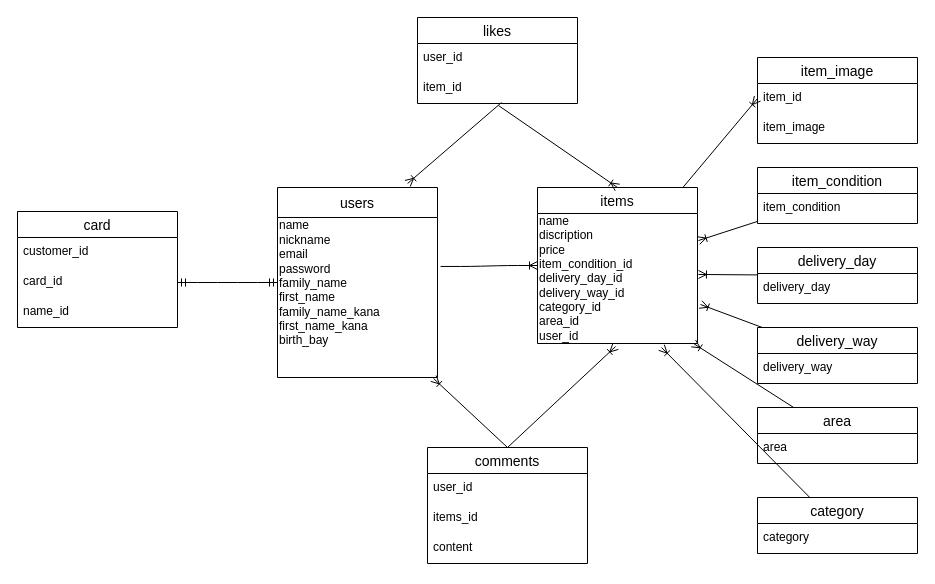
Earlier version of the draw.io diagram page "ページ1" (1 of 2) of ER.dio (ababab0020/furima-38506). Source tidied: cells renumbered, new cells numbered last; positions are measured from the earlier drawing's top-left corner, leaving out a move shared by most shapes. Both pictures are drawn from the tidied source at 100%, with x=0, y=0 at pixel (17, 17).
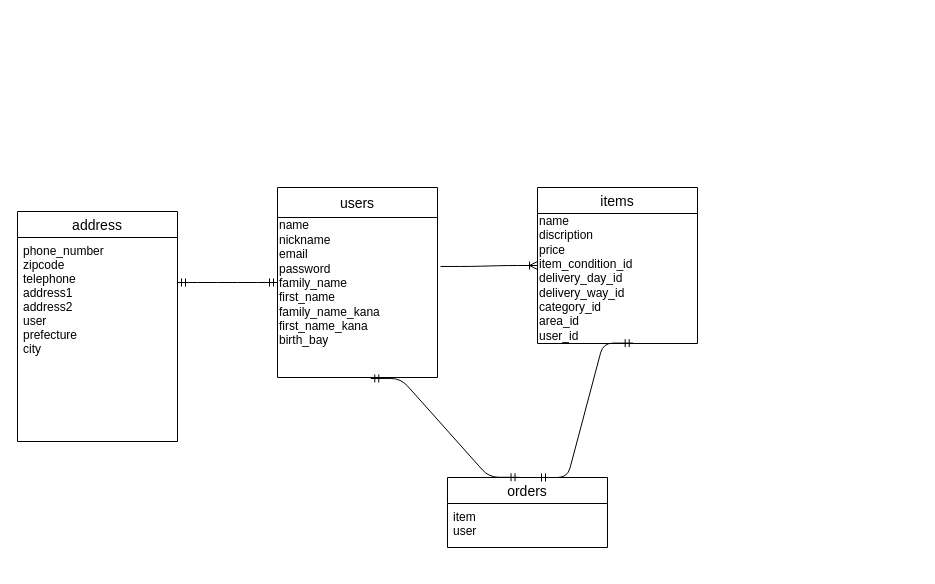
After the change.

Commit message (it also covers changes not shown here):
データベース設計その２

The change refers to these unchanged cells:
```xml
<mxCell id="7" value="users" style="swimlane;fontStyle=0;horizontal=1;startSize=30;align=center;fontSize=14;" parent="1" vertex="1">
  <mxGeometry x="260" y="170" width="160" height="190" as="geometry" />
</mxCell>
<mxCell id="8" value="&lt;div&gt;&lt;span&gt;name&lt;/span&gt;&lt;/div&gt;&lt;div&gt;&lt;span&gt;nickname&lt;/span&gt;&lt;/div&gt;&lt;div&gt;&lt;span&gt;email&lt;/span&gt;&lt;/div&gt;&lt;div&gt;&lt;span&gt;password&lt;/span&gt;&lt;/div&gt;&lt;div&gt;&lt;span&gt;family_name&lt;/span&gt;&lt;/div&gt;&lt;div&gt;&lt;span&gt;first_name&lt;/span&gt;&lt;/div&gt;&lt;div&gt;&lt;span&gt;family_name_kana&lt;/span&gt;&lt;/div&gt;&lt;div&gt;&lt;span&gt;first_name_kana&lt;/span&gt;&lt;/div&gt;&lt;div&gt;birth_bay&lt;/div&gt;&lt;div&gt;&lt;span&gt;&lt;br&gt;&lt;/span&gt;&lt;/div&gt;&lt;div&gt;&lt;br&gt;&lt;/div&gt;" style="text;html=1;align=left;verticalAlign=middle;points=[];strokeColor=none;fillColor=none;" parent="7" vertex="1">
  <mxGeometry y="30" width="160" height="160" as="geometry" />
</mxCell>
<mxCell id="11" value="items" style="swimlane;fontStyle=0;horizontal=1;startSize=26;align=center;fontSize=14;fillColor=default;" parent="1" vertex="1">
  <mxGeometry x="520" y="170" width="160" height="156" as="geometry" />
</mxCell>
<mxCell id="12" value="&lt;div&gt;&lt;span&gt;name&lt;/span&gt;&lt;/div&gt;&lt;div&gt;&lt;span&gt;discription&lt;/span&gt;&lt;/div&gt;&lt;div&gt;&lt;span&gt;price&lt;/span&gt;&lt;/div&gt;&lt;div&gt;&lt;span&gt;item_condition_id&lt;/span&gt;&lt;/div&gt;&lt;div&gt;&lt;span&gt;delivery_day_id&lt;/span&gt;&lt;/div&gt;&lt;div&gt;&lt;span&gt;delivery_way_id&lt;/span&gt;&lt;/div&gt;&lt;div&gt;&lt;span&gt;category_id&lt;/span&gt;&lt;/div&gt;&lt;div&gt;&lt;span&gt;area_id&lt;/span&gt;&lt;/div&gt;&lt;div&gt;&lt;span&gt;user_id&lt;/span&gt;&lt;/div&gt;" style="text;html=1;align=left;verticalAlign=middle;points=[];strokeColor=none;fillColor=none;" parent="11" vertex="1">
  <mxGeometry y="26" width="160" height="130" as="geometry" />
</mxCell>
```

Diff of the diagram source:
```diff
@@
-    <mxCell id="2" value="card" style="swimlane;fontStyle=0;horizontal=1;startSize=26;align=center;fontSize=14;" parent="1" vertex="1">
-      <mxGeometry y="194" width="160" height="116" as="geometry" />
+    <mxCell id="2" value="address" style="swimlane;fontStyle=0;horizontal=1;startSize=26;align=center;fontSize=14;" parent="1" vertex="1">
+      <mxGeometry y="194" width="160" height="230" as="geometry" />
     </mxCell>
-    <mxCell id="3" value="customer_id" style="text;strokeColor=none;fillColor=none;spacingLeft=4;spacingRight=4;overflow=hidden;fontSize=12;" parent="2" vertex="1">
-      <mxGeometry y="26" width="160" height="30" as="geometry" />
+    <mxCell id="3" value="phone_number&#10;zipcode&#10;telephone&#10;address1&#10;address2&#10;user&#10;prefecture&#10;city&#10;" style="text;strokeColor=none;fillColor=none;spacingLeft=4;spacingRight=4;overflow=hidden;fontSize=12;" parent="2" vertex="1">
+      <mxGeometry y="26" width="160" height="204" as="geometry" />
     </mxCell>
-    <mxCell id="4" value="card_id" style="text;strokeColor=none;fillColor=none;spacingLeft=4;spacingRight=4;overflow=hidden;points=[[0,0.5],[1,0.5]];portConstraint=eastwest;fontSize=12;" parent="2" vertex="1">
-      <mxGeometry y="56" width="160" height="30" as="geometry" />
-    </mxCell>
-    <mxCell id="5" value="name_id" style="text;strokeColor=none;fillColor=none;spacingLeft=4;spacingRight=4;overflow=hidden;fontSize=12;" parent="2" vertex="1">
-      <mxGeometry y="86" width="160" height="30" as="geometry" />
-    </mxCell>
-    <mxCell id="6" style="edgeStyle=entityRelationEdgeStyle;fontSize=12;html=1;endArrow=ERmandOne;startArrow=ERmandOne;" parent="1" edge="1" source="4" target="7">
-      <mxGeometry relative="1" as="geometry" />
+    <mxCell id="6" style="edgeStyle=entityRelationEdgeStyle;fontSize=12;html=1;endArrow=ERmandOne;startArrow=ERmandOne;" parent="1" edge="1" target="7">
+      <mxGeometry relative="1" as="geometry">
+        <mxPoint x="160" y="265" as="sourcePoint" />
+      </mxGeometry>
     </mxCell>
@@
-    <mxCell id="10" style="edgeStyle=none;html=1;entryX=0;entryY=0.5;entryDx=0;entryDy=0;endArrow=ERoneToMany;endFill=0;" parent="1" edge="1" source="11" target="25">
-      <mxGeometry relative="1" as="geometry" />
-    </mxCell>
@@
-    <mxCell id="13" style="edgeStyle=none;html=1;exitX=0.5;exitY=0;exitDx=0;exitDy=0;entryX=0.975;entryY=1.006;entryDx=0;entryDy=0;entryPerimeter=0;endArrow=ERoneToMany;endFill=0;" parent="1" edge="1" source="15" target="8">
-      <mxGeometry relative="1" as="geometry" />
-    </mxCell>
-    <mxCell id="14" style="edgeStyle=none;html=1;exitX=0.5;exitY=0;exitDx=0;exitDy=0;entryX=0.488;entryY=1.023;entryDx=0;entryDy=0;entryPerimeter=0;endArrow=ERoneToMany;endFill=0;" parent="1" edge="1" source="15" target="12">
-      <mxGeometry relative="1" as="geometry" />
-    </mxCell>
-    <mxCell id="15" value="comments" style="swimlane;fontStyle=0;horizontal=1;startSize=26;align=center;fontSize=14;fillColor=default;" parent="1" vertex="1">
-      <mxGeometry x="410" y="430" width="160" height="116" as="geometry" />
-    </mxCell>
-    <mxCell id="16" value="user_id" style="text;strokeColor=none;fillColor=none;spacingLeft=4;spacingRight=4;overflow=hidden;fontSize=12;" parent="15" vertex="1">
-      <mxGeometry y="26" width="160" height="30" as="geometry" />
-    </mxCell>
-    <mxCell id="17" value="items_id" style="text;strokeColor=none;fillColor=none;spacingLeft=4;spacingRight=4;overflow=hidden;fontSize=12;" parent="15" vertex="1">
-      <mxGeometry y="56" width="160" height="30" as="geometry" />
-    </mxCell>
-    <mxCell id="18" value="content" style="text;strokeColor=none;fillColor=none;spacingLeft=4;spacingRight=4;overflow=hidden;fontSize=12;" parent="15" vertex="1">
-      <mxGeometry y="86" width="160" height="30" as="geometry" />
-    </mxCell>
-    <mxCell id="19" style="edgeStyle=none;html=1;entryX=0.813;entryY=-0.021;entryDx=0;entryDy=0;entryPerimeter=0;endArrow=ERoneToMany;endFill=0;exitX=0.525;exitY=0.967;exitDx=0;exitDy=0;exitPerimeter=0;" parent="1" edge="1" source="23" target="7">
-      <mxGeometry relative="1" as="geometry" />
-    </mxCell>
-    <mxCell id="20" style="edgeStyle=none;html=1;entryX=0.5;entryY=0;entryDx=0;entryDy=0;endArrow=ERoneToMany;endFill=0;exitX=0.506;exitY=1.067;exitDx=0;exitDy=0;exitPerimeter=0;" parent="1" edge="1" source="23" target="11">
-      <mxGeometry relative="1" as="geometry" />
-    </mxCell>
-    <mxCell id="21" value="likes" style="swimlane;fontStyle=0;horizontal=1;startSize=26;align=center;fontSize=14;fillColor=default;" parent="1" vertex="1">
-      <mxGeometry x="400" width="160" height="86" as="geometry" />
-    </mxCell>
-    <mxCell id="22" value="user_id" style="text;strokeColor=none;fillColor=none;spacingLeft=4;spacingRight=4;overflow=hidden;fontSize=12;" parent="21" vertex="1">
-      <mxGeometry y="26" width="160" height="30" as="geometry" />
-    </mxCell>
-    <mxCell id="23" value="item_id" style="text;strokeColor=none;fillColor=none;spacingLeft=4;spacingRight=4;overflow=hidden;points=[[0,0.5],[1,0.5]];portConstraint=eastwest;fontSize=12;" parent="21" vertex="1">
-      <mxGeometry y="56" width="160" height="30" as="geometry" />
-    </mxCell>
-    <mxCell id="24" value="item_image" style="swimlane;fontStyle=0;horizontal=1;startSize=26;align=center;fontSize=14;fillColor=default;" parent="1" vertex="1">
-      <mxGeometry x="740" y="40" width="160" height="86" as="geometry" />
-    </mxCell>
-    <mxCell id="25" value="item_id" style="text;strokeColor=none;fillColor=none;spacingLeft=4;spacingRight=4;overflow=hidden;points=[[0,0.5],[1,0.5]];portConstraint=eastwest;fontSize=12;" parent="24" vertex="1">
-      <mxGeometry y="26" width="160" height="30" as="geometry" />
-    </mxCell>
-    <mxCell id="26" value="item_image" style="text;strokeColor=none;fillColor=none;spacingLeft=4;spacingRight=4;overflow=hidden;fontSize=12;" parent="24" vertex="1">
-      <mxGeometry y="56" width="160" height="30" as="geometry" />
-    </mxCell>
-    <mxCell id="27" style="edgeStyle=none;html=1;entryX=1.006;entryY=0.208;entryDx=0;entryDy=0;entryPerimeter=0;endArrow=ERoneToMany;endFill=0;" parent="1" edge="1" source="28" target="12">
-      <mxGeometry relative="1" as="geometry" />
-    </mxCell>
-    <mxCell id="28" value="item_condition" style="swimlane;fontStyle=0;horizontal=1;startSize=26;align=center;fontSize=14;fillColor=default;" parent="1" vertex="1">
-      <mxGeometry x="740" y="150" width="160" height="56" as="geometry" />
-    </mxCell>
-    <mxCell id="29" value="item_condition" style="text;strokeColor=none;fillColor=none;spacingLeft=4;spacingRight=4;overflow=hidden;fontSize=12;" parent="28" vertex="1">
-      <mxGeometry y="26" width="160" height="30" as="geometry" />
-    </mxCell>
-    <mxCell id="30" style="edgeStyle=none;html=1;entryX=1.006;entryY=0.469;entryDx=0;entryDy=0;entryPerimeter=0;endArrow=ERoneToMany;endFill=0;" parent="1" edge="1" source="31" target="12">
-      <mxGeometry relative="1" as="geometry" />
-    </mxCell>
-    <mxCell id="31" value="delivery_day" style="swimlane;fontStyle=0;horizontal=1;startSize=26;align=center;fontSize=14;fillColor=default;" parent="1" vertex="1">
-      <mxGeometry x="740" y="230" width="160" height="56" as="geometry" />
-    </mxCell>
-    <mxCell id="32" value="delivery_day" style="text;strokeColor=none;fillColor=none;spacingLeft=4;spacingRight=4;overflow=hidden;fontSize=12;" parent="31" vertex="1">
-      <mxGeometry y="26" width="160" height="30" as="geometry" />
-    </mxCell>
-    <mxCell id="33" style="edgeStyle=none;html=1;entryX=0.975;entryY=1;entryDx=0;entryDy=0;entryPerimeter=0;endArrow=ERoneToMany;endFill=0;" parent="1" edge="1" source="34" target="12">
-      <mxGeometry relative="1" as="geometry" />
-    </mxCell>
-    <mxCell id="34" value="area" style="swimlane;fontStyle=0;horizontal=1;startSize=26;align=center;fontSize=14;fillColor=default;" parent="1" vertex="1">
-      <mxGeometry x="740" y="390" width="160" height="56" as="geometry" />
-    </mxCell>
-    <mxCell id="35" value="area" style="text;strokeColor=none;fillColor=none;spacingLeft=4;spacingRight=4;overflow=hidden;fontSize=12;" parent="34" vertex="1">
-      <mxGeometry y="26" width="160" height="30" as="geometry" />
-    </mxCell>
-    <mxCell id="36" style="edgeStyle=none;html=1;entryX=1.019;entryY=0.7;entryDx=0;entryDy=0;entryPerimeter=0;endArrow=ERoneToMany;endFill=0;" parent="1" edge="1" source="37" target="12">
-      <mxGeometry relative="1" as="geometry" />
-    </mxCell>
-    <mxCell id="37" value="delivery_way" style="swimlane;fontStyle=0;horizontal=1;startSize=26;align=center;fontSize=14;fillColor=default;" parent="1" vertex="1">
-      <mxGeometry x="740" y="310" width="160" height="56" as="geometry" />
-    </mxCell>
-    <mxCell id="38" value="delivery_way" style="text;strokeColor=none;fillColor=none;spacingLeft=4;spacingRight=4;overflow=hidden;fontSize=12;" parent="37" vertex="1">
-      <mxGeometry y="26" width="160" height="30" as="geometry" />
-    </mxCell>
-    <mxCell id="39" style="edgeStyle=none;html=1;entryX=0.775;entryY=1.031;entryDx=0;entryDy=0;entryPerimeter=0;endArrow=ERoneToMany;endFill=0;" parent="1" edge="1" source="40" target="12">
-      <mxGeometry relative="1" as="geometry" />
-    </mxCell>
-    <mxCell id="40" value="category" style="swimlane;fontStyle=0;horizontal=1;startSize=26;align=center;fontSize=14;fillColor=default;" parent="1" vertex="1">
-      <mxGeometry x="740" y="480" width="160" height="56" as="geometry" />
-    </mxCell>
-    <mxCell id="41" value="category" style="text;strokeColor=none;fillColor=none;spacingLeft=4;spacingRight=4;overflow=hidden;fontSize=12;" parent="40" vertex="1">
-      <mxGeometry y="26" width="160" height="30" as="geometry" />
-    </mxCell>
+    <mxCell id="42" value="orders" style="swimlane;fontStyle=0;horizontal=1;startSize=26;align=center;fontSize=14;fillColor=default;" parent="1" vertex="1">
+      <mxGeometry x="430" y="460" width="160" height="70" as="geometry" />
+    </mxCell>
+    <mxCell id="43" value="item&#10;user" style="text;strokeColor=none;fillColor=none;spacingLeft=4;spacingRight=4;overflow=hidden;fontSize=12;" parent="42" vertex="1">
+      <mxGeometry y="26" width="160" height="44" as="geometry" />
+    </mxCell>
+    <mxCell id="44" style="edgeStyle=entityRelationEdgeStyle;fontSize=12;html=1;endArrow=ERmandOne;startArrow=ERmandOne;exitX=0.447;exitY=-0.003;exitDx=0;exitDy=0;exitPerimeter=0;entryX=0.583;entryY=1.006;entryDx=0;entryDy=0;entryPerimeter=0;" parent="1" edge="1" source="42" target="8">
+      <mxGeometry relative="1" as="geometry" />
+    </mxCell>
+    <mxCell id="45" style="edgeStyle=entityRelationEdgeStyle;fontSize=12;html=1;endArrow=ERmandOne;startArrow=ERmandOne;entryX=0.598;entryY=0.997;entryDx=0;entryDy=0;entryPerimeter=0;" parent="1" edge="1" target="12">
+      <mxGeometry relative="1" as="geometry">
+        <mxPoint x="520" y="460" as="sourcePoint" />
+      </mxGeometry>
+    </mxCell>
```
